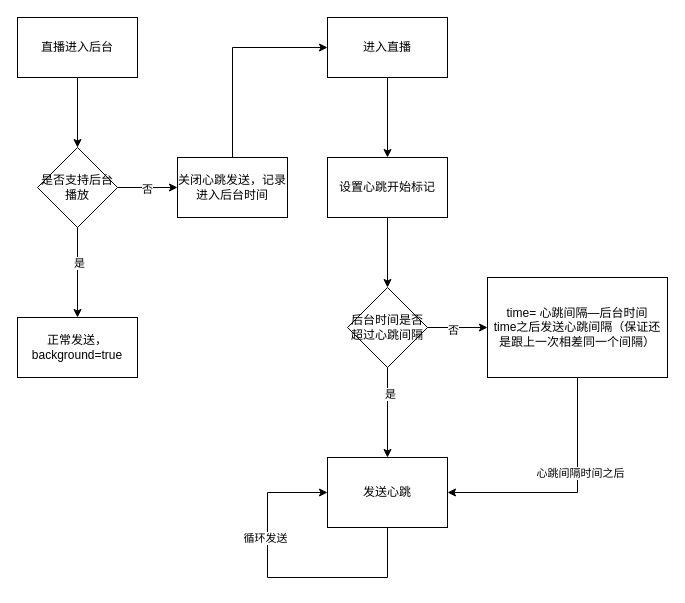
This is 心跳流程.drawio from mjnhmd/articles, a draw.io file, before an edit. Source tidied: cells renumbered, new cells numbered last; positions are measured from the earlier drawing's top-left corner, leaving out a move shared by most shapes. Both pictures are drawn from the tidied source at 100%, with x=0, y=0 at pixel (17, 17).
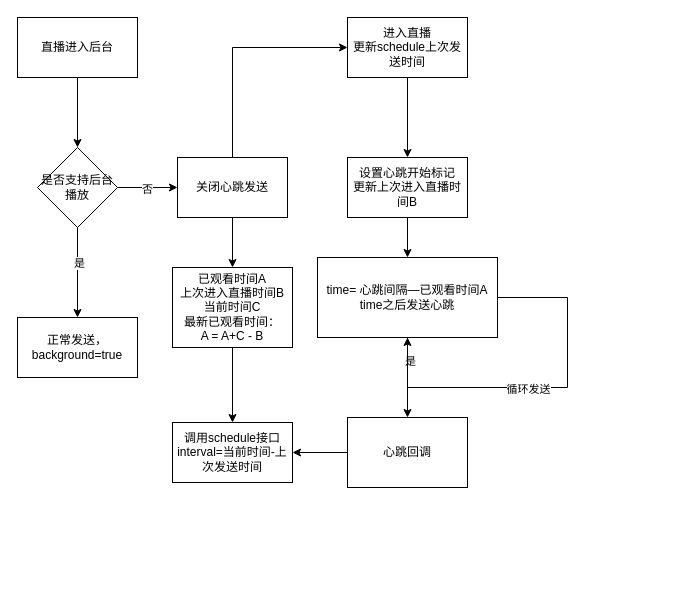
The same page after the edit.

Commit message:
更新心跳流程.drawio

The edit, as a diff of the source:
```diff
@@
-    <mxCell id="3" value="进入直播" style="rounded=0;whiteSpace=wrap;html=1;" parent="1" vertex="1">
-      <mxGeometry x="310" width="120" height="60" as="geometry" />
+    <mxCell id="3" value="进入直播&lt;br&gt;更新schedule上次发送时间" style="rounded=0;whiteSpace=wrap;html=1;" parent="1" vertex="1">
+      <mxGeometry x="330" width="120" height="60" as="geometry" />
     </mxCell>
-    <mxCell id="4" style="edgeStyle=orthogonalEdgeStyle;rounded=0;jettySize=auto;html=1;" parent="1" edge="1" source="5" target="10">
+    <mxCell id="4" style="edgeStyle=orthogonalEdgeStyle;rounded=0;jettySize=auto;html=1;" parent="1" edge="1" source="5" target="14">
       <mxGeometry relative="1" as="geometry" />
     </mxCell>
-    <mxCell id="5" value="设置心跳开始标记" style="whiteSpace=wrap;html=1;rounded=0;" parent="1" vertex="1">
-      <mxGeometry x="310" y="140" width="120" height="60" as="geometry" />
+    <mxCell id="5" value="设置心跳开始标记&lt;br&gt;更新上次进入直播时间B" style="whiteSpace=wrap;html=1;rounded=0;" parent="1" vertex="1">
+      <mxGeometry x="330" y="140" width="120" height="60" as="geometry" />
     </mxCell>
-    <mxCell id="6" style="edgeStyle=orthogonalEdgeStyle;rounded=0;jettySize=auto;html=1;" parent="1" edge="1" source="10" target="11">
+    <mxCell id="6" style="edgeStyle=orthogonalEdgeStyle;rounded=0;jettySize=auto;html=1;exitX=0.5;exitY=1;exitDx=0;exitDy=0;" parent="1" edge="1" source="14" target="11">
       <mxGeometry relative="1" as="geometry" />
     </mxCell>
@@
-    <mxCell id="8" style="edgeStyle=orthogonalEdgeStyle;rounded=0;jettySize=auto;html=1;" parent="1" edge="1" source="10" target="14">
-      <mxGeometry relative="1" as="geometry" />
-    </mxCell>
-    <mxCell id="9" value="否" style="edgeLabel;html=1;align=center;verticalAlign=middle;" parent="8" vertex="1">
-      <mxGeometry x="-0.17" y="-1" relative="1" as="geometry">
-        <mxPoint y="1" as="offset" />
-      </mxGeometry>
-    </mxCell>
-    <mxCell id="10" value="后台时间是否超过心跳间隔" style="rhombus;whiteSpace=wrap;html=1;rounded=0;" parent="1" vertex="1">
-      <mxGeometry x="330" y="270" width="80" height="80" as="geometry" />
-    </mxCell>
+    <mxCell id="27" style="edgeStyle=orthogonalEdgeStyle;rounded=0;jettySize=auto;html=1;entryX=1;entryY=0.5;entryDx=0;entryDy=0;" parent="1" edge="1" source="11" target="31">
+      <mxGeometry relative="1" as="geometry" />
+    </mxCell>
-    <mxCell id="11" value="发送心跳" style="whiteSpace=wrap;html=1;rounded=0;" parent="1" vertex="1">
-      <mxGeometry x="310" y="440" width="120" height="70" as="geometry" />
+    <mxCell id="11" value="心跳回调" style="whiteSpace=wrap;html=1;rounded=0;" parent="1" vertex="1">
+      <mxGeometry x="330" y="400" width="120" height="70" as="geometry" />
     </mxCell>
-    <mxCell id="12" style="edgeStyle=orthogonalEdgeStyle;rounded=0;jettySize=auto;html=1;exitX=0.5;exitY=1;exitDx=0;exitDy=0;entryX=1;entryY=0.5;entryDx=0;entryDy=0;" parent="1" edge="1" source="14" target="11">
-      <mxGeometry relative="1" as="geometry" />
-    </mxCell>
-    <mxCell id="13" value="心跳间隔时间之后" style="edgeLabel;html=1;align=center;verticalAlign=middle;" parent="12" vertex="1">
-      <mxGeometry x="-0.23" y="2" relative="1" as="geometry">
-        <mxPoint y="1" as="offset" />
-      </mxGeometry>
-    </mxCell>
-    <mxCell id="14" value="time= 心跳间隔—后台时间&lt;br&gt;time之后发送心跳间隔（保证还是跟上一次相差同一个间隔）" style="whiteSpace=wrap;html=1;rounded=0;" parent="1" vertex="1">
-      <mxGeometry x="470" y="260" width="180" height="100" as="geometry" />
+    <mxCell id="14" value="time= 心跳间隔—已观看时间A&lt;br&gt;time之后发送心跳" style="whiteSpace=wrap;html=1;rounded=0;" parent="1" vertex="1">
+      <mxGeometry x="300" y="240" width="180" height="80" as="geometry" />
     </mxCell>
-    <mxCell id="15" style="edgeStyle=orthogonalEdgeStyle;rounded=0;orthogonalLoop=1;jettySize=auto;html=1;entryX=0;entryY=0.5;entryDx=0;entryDy=0;exitX=0.5;exitY=1;exitDx=0;exitDy=0;" parent="1" edge="1" source="11" target="11">
-      <mxGeometry relative="1" as="geometry">
-        <Array as="points">
-          <mxPoint x="370" y="560" />
-          <mxPoint x="250" y="560" />
-          <mxPoint x="250" y="475" />
-        </Array>
-      </mxGeometry>
-    </mxCell>
-    <mxCell id="16" value="循环发送" style="edgeLabel;html=1;align=center;verticalAlign=middle;" parent="15" vertex="1">
-      <mxGeometry x="-0.13" y="2" relative="1" as="geometry">
-        <mxPoint x="-36" y="-42" as="offset" />
-      </mxGeometry>
-    </mxCell>
@@
+    <mxCell id="28" style="edgeStyle=orthogonalEdgeStyle;rounded=0;jettySize=auto;html=1;" parent="1" edge="1" source="25" target="30">
+      <mxGeometry relative="1" as="geometry" />
+    </mxCell>
-    <mxCell id="25" value="关闭心跳发送，记录进入后台时间" style="whiteSpace=wrap;html=1;rounded=0;" parent="1" vertex="1">
+    <mxCell id="25" value="关闭心跳发送" style="whiteSpace=wrap;html=1;rounded=0;" parent="1" vertex="1">
       <mxGeometry x="160" y="140" width="110" height="60" as="geometry" />
     </mxCell>
@@
+    <mxCell id="29" style="edgeStyle=orthogonalEdgeStyle;rounded=0;jettySize=auto;html=1;" parent="1" edge="1" source="30" target="31">
+      <mxGeometry relative="1" as="geometry" />
+    </mxCell>
+    <mxCell id="30" value="已观看时间A&lt;br&gt;上次进入直播时间B&lt;br&gt;当前时间C&lt;br&gt;最新已观看时间：&lt;br&gt;A = A+C - B" style="whiteSpace=wrap;html=1;rounded=0;" parent="1" vertex="1">
+      <mxGeometry x="155" y="250" width="120" height="80" as="geometry" />
+    </mxCell>
+    <mxCell id="31" value="调用schedule接口&lt;br&gt;interval=当前时间-上次发送时间" style="whiteSpace=wrap;html=1;rounded=0;" parent="1" vertex="1">
+      <mxGeometry x="155" y="405" width="120" height="60" as="geometry" />
+    </mxCell>
+    <mxCell id="32" style="edgeStyle=orthogonalEdgeStyle;rounded=0;orthogonalLoop=1;jettySize=auto;html=1;entryX=0.5;entryY=1;entryDx=0;entryDy=0;exitX=1;exitY=0.5;exitDx=0;exitDy=0;" parent="1" edge="1" source="14" target="14">
+      <mxGeometry relative="1" as="geometry">
+        <Array as="points">
+          <mxPoint x="550" y="280" />
+          <mxPoint x="550" y="370" />
+          <mxPoint x="390" y="370" />
+        </Array>
+      </mxGeometry>
+    </mxCell>
+    <mxCell id="16" value="循环发送" style="edgeLabel;html=1;align=center;verticalAlign=middle;" parent="32" vertex="1">
+      <mxGeometry x="0.08" y="1" relative="1" as="geometry" />
+    </mxCell>
```
